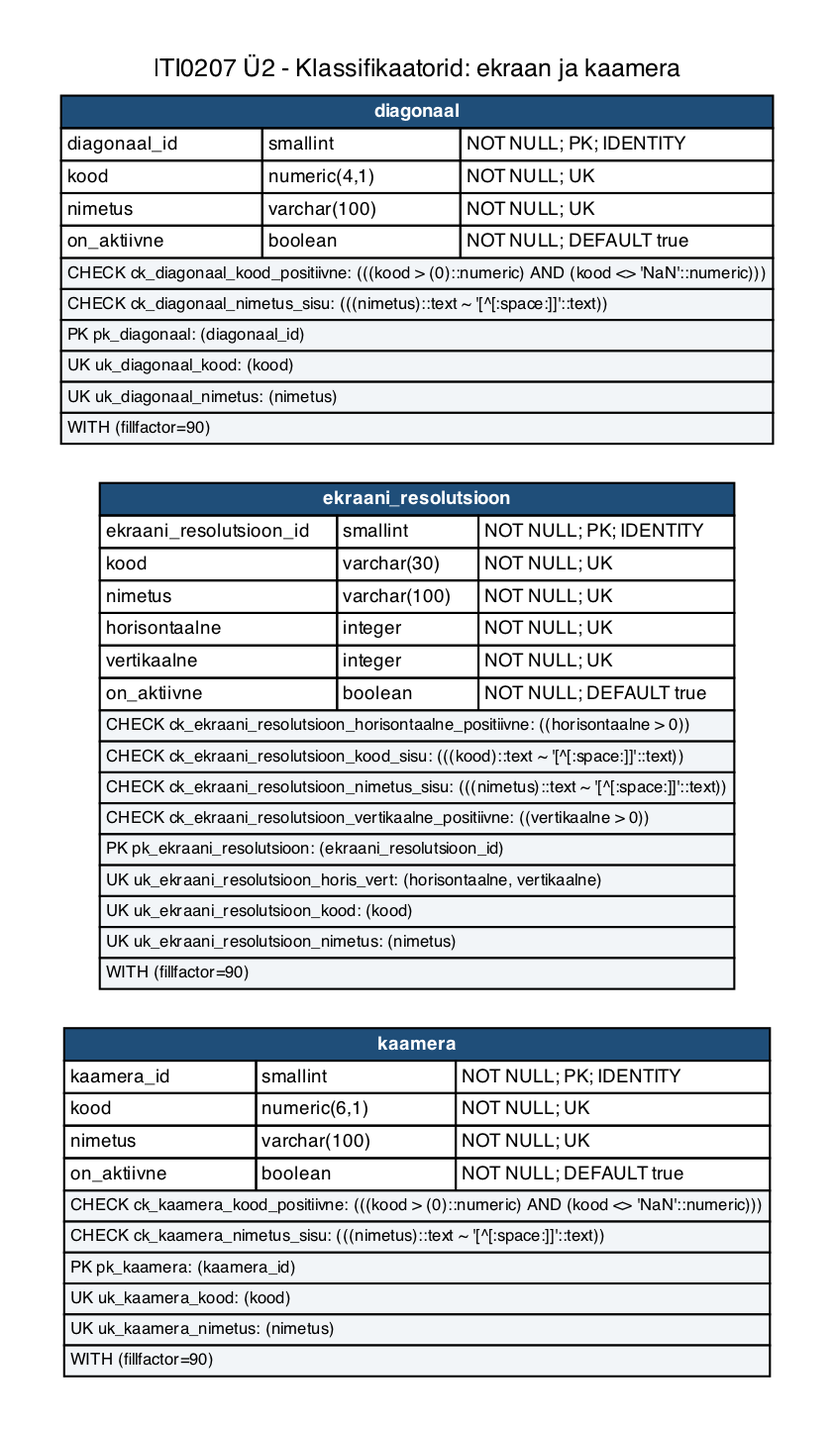
Before: iti0207-epood/docs/diagrams/u2-01c-klassifikaatorid-ekraan.png, a diagram exported from Graphviz (tamkivi/andmebaasid-projekt). Its source is kept beside it as iti0207-epood/docs/diagrams/u2-01c-klassifikaatorid-ekraan.dot.
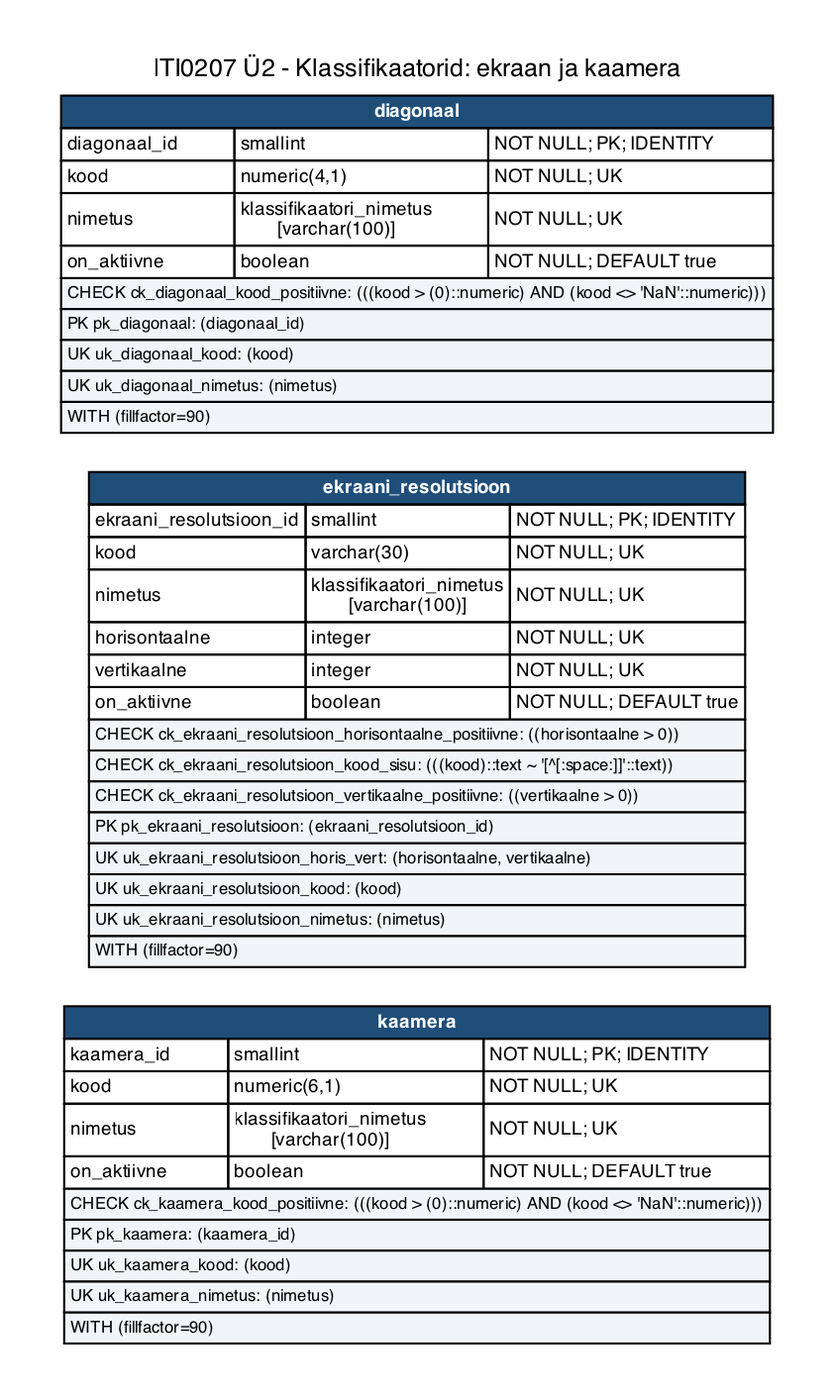
The same diagram one commit later.

The edit, as a diff of the source:
```diff
@@ -5,9 +5,9 @@
   edge [color="#667788", dir=none, fontsize=8, fontname=Helvetica];
   labelloc="t";
   label="ITI0207 Ü2 - Klassifikaatorid: ekraan ja kaamera";
-  "diagonaal" [label=<<TABLE BORDER="0" CELLBORDER="1" CELLSPACING="0" CELLPADDING="2"><TR><TD COLSPAN="3" BGCOLOR="#1f4e79"><FONT COLOR="white"><B>diagonaal</B></FONT></TD></TR><TR><TD ALIGN="LEFT">diagonaal_id</TD><TD ALIGN="LEFT">smallint</TD><TD ALIGN="LEFT">NOT NULL; PK; IDENTITY</TD></TR><TR><TD ALIGN="LEFT">kood</TD><TD ALIGN="LEFT">numeric(4,1)</TD><TD ALIGN="LEFT">NOT NULL; UK</TD></TR><TR><TD ALIGN="LEFT">nimetus</TD><TD ALIGN="LEFT">varchar(100)</TD><TD ALIGN="LEFT">NOT NULL; UK</TD></TR><TR><TD ALIGN="LEFT">on_aktiivne</TD><TD ALIGN="LEFT">boolean</TD><TD ALIGN="LEFT">NOT NULL; DEFAULT true</TD></TR><TR><TD COLSPAN="3" ALIGN="LEFT" BGCOLOR="#f2f5f8"><FONT POINT-SIZE="8">CHECK ck_diagonaal_kood_positiivne: (((kood &gt; (0)::numeric) AND (kood &lt;&gt; &#x27;NaN&#x27;::numeric)))</FONT></TD></TR><TR><TD COLSPAN="3" ALIGN="LEFT" BGCOLOR="#f2f5f8"><FONT POINT-SIZE="8">CHECK ck_diagonaal_nimetus_sisu: (((nimetus)::text ~ &#x27;[^[:space:]]&#x27;::text))</FONT></TD></TR><TR><TD COLSPAN="3" ALIGN="LEFT" BGCOLOR="#f2f5f8"><FONT POINT-SIZE="8">PK pk_diagonaal: (diagonaal_id)</FONT></TD></TR><TR><TD COLSPAN="3" ALIGN="LEFT" BGCOLOR="#f2f5f8"><FONT POINT-SIZE="8">UK uk_diagonaal_kood: (kood)</FONT></TD></TR><TR><TD COLSPAN="3" ALIGN="LEFT" BGCOLOR="#f2f5f8"><FONT POINT-SIZE="8">UK uk_diagonaal_nimetus: (nimetus)</FONT></TD></TR><TR><TD COLSPAN="3" ALIGN="LEFT" BGCOLOR="#f2f5f8"><FONT POINT-SIZE="8">WITH (fillfactor=90)</FONT></TD></TR></TABLE>>];
-  "ekraani_resolutsioon" [label=<<TABLE BORDER="0" CELLBORDER="1" CELLSPACING="0" CELLPADDING="2"><TR><TD COLSPAN="3" BGCOLOR="#1f4e79"><FONT COLOR="white"><B>ekraani_resolutsioon</B></FONT></TD></TR><TR><TD ALIGN="LEFT">ekraani_resolutsioon_id</TD><TD ALIGN="LEFT">smallint</TD><TD ALIGN="LEFT">NOT NULL; PK; IDENTITY</TD></TR><TR><TD ALIGN="LEFT">kood</TD><TD ALIGN="LEFT">varchar(30)</TD><TD ALIGN="LEFT">NOT NULL; UK</TD></TR><TR><TD ALIGN="LEFT">nimetus</TD><TD ALIGN="LEFT">varchar(100)</TD><TD ALIGN="LEFT">NOT NULL; UK</TD></TR><TR><TD ALIGN="LEFT">horisontaalne</TD><TD ALIGN="LEFT">integer</TD><TD ALIGN="LEFT">NOT NULL; UK</TD></TR><TR><TD ALIGN="LEFT">vertikaalne</TD><TD ALIGN="LEFT">integer</TD><TD ALIGN="LEFT">NOT NULL; UK</TD></TR><TR><TD ALIGN="LEFT">on_aktiivne</TD><TD ALIGN="LEFT">boolean</TD><TD ALIGN="LEFT">NOT NULL; DEFAULT true</TD></TR><TR><TD COLSPAN="3" ALIGN="LEFT" BGCOLOR="#f2f5f8"><FONT POINT-SIZE="8">CHECK ck_ekraani_resolutsioon_horisontaalne_positiivne: ((horisontaalne &gt; 0))</FONT></TD></TR><TR><TD COLSPAN="3" ALIGN="LEFT" BGCOLOR="#f2f5f8"><FONT POINT-SIZE="8">CHECK ck_ekraani_resolutsioon_kood_sisu: (((kood)::text ~ &#x27;[^[:space:]]&#x27;::text))</FONT></TD></TR><TR><TD COLSPAN="3" ALIGN="LEFT" BGCOLOR="#f2f5f8"><FONT POINT-SIZE="8">CHECK ck_ekraani_resolutsioon_nimetus_sisu: (((nimetus)::text ~ &#x27;[^[:space:]]&#x27;::text))</FONT></TD></TR><TR><TD COLSPAN="3" ALIGN="LEFT" BGCOLOR="#f2f5f8"><FONT POINT-SIZE="8">CHECK ck_ekraani_resolutsioon_vertikaalne_positiivne: ((vertikaalne &gt; 0))</FONT></TD></TR><TR><TD COLSPAN="3" ALIGN="LEFT" BGCOLOR="#f2f5f8"><FONT POINT-SIZE="8">PK pk_ekraani_resolutsioon: (ekraani_resolutsioon_id)</FONT></TD></TR><TR><TD COLSPAN="3" ALIGN="LEFT" BGCOLOR="#f2f5f8"><FONT POINT-SIZE="8">UK uk_ekraani_resolutsioon_horis_vert: (horisontaalne, vertikaalne)</FONT></TD></TR><TR><TD COLSPAN="3" ALIGN="LEFT" BGCOLOR="#f2f5f8"><FONT POINT-SIZE="8">UK uk_ekraani_resolutsioon_kood: (kood)</FONT></TD></TR><TR><TD COLSPAN="3" ALIGN="LEFT" BGCOLOR="#f2f5f8"><FONT POINT-SIZE="8">UK uk_ekraani_resolutsioon_nimetus: (nimetus)</FONT></TD></TR><TR><TD COLSPAN="3" ALIGN="LEFT" BGCOLOR="#f2f5f8"><FONT POINT-SIZE="8">WITH (fillfactor=90)</FONT></TD></TR></TABLE>>];
-  "kaamera" [label=<<TABLE BORDER="0" CELLBORDER="1" CELLSPACING="0" CELLPADDING="2"><TR><TD COLSPAN="3" BGCOLOR="#1f4e79"><FONT COLOR="white"><B>kaamera</B></FONT></TD></TR><TR><TD ALIGN="LEFT">kaamera_id</TD><TD ALIGN="LEFT">smallint</TD><TD ALIGN="LEFT">NOT NULL; PK; IDENTITY</TD></TR><TR><TD ALIGN="LEFT">kood</TD><TD ALIGN="LEFT">numeric(6,1)</TD><TD ALIGN="LEFT">NOT NULL; UK</TD></TR><TR><TD ALIGN="LEFT">nimetus</TD><TD ALIGN="LEFT">varchar(100)</TD><TD ALIGN="LEFT">NOT NULL; UK</TD></TR><TR><TD ALIGN="LEFT">on_aktiivne</TD><TD ALIGN="LEFT">boolean</TD><TD ALIGN="LEFT">NOT NULL; DEFAULT true</TD></TR><TR><TD COLSPAN="3" ALIGN="LEFT" BGCOLOR="#f2f5f8"><FONT POINT-SIZE="8">CHECK ck_kaamera_kood_positiivne: (((kood &gt; (0)::numeric) AND (kood &lt;&gt; &#x27;NaN&#x27;::numeric)))</FONT></TD></TR><TR><TD COLSPAN="3" ALIGN="LEFT" BGCOLOR="#f2f5f8"><FONT POINT-SIZE="8">CHECK ck_kaamera_nimetus_sisu: (((nimetus)::text ~ &#x27;[^[:space:]]&#x27;::text))</FONT></TD></TR><TR><TD COLSPAN="3" ALIGN="LEFT" BGCOLOR="#f2f5f8"><FONT POINT-SIZE="8">PK pk_kaamera: (kaamera_id)</FONT></TD></TR><TR><TD COLSPAN="3" ALIGN="LEFT" BGCOLOR="#f2f5f8"><FONT POINT-SIZE="8">UK uk_kaamera_kood: (kood)</FONT></TD></TR><TR><TD COLSPAN="3" ALIGN="LEFT" BGCOLOR="#f2f5f8"><FONT POINT-SIZE="8">UK uk_kaamera_nimetus: (nimetus)</FONT></TD></TR><TR><TD COLSPAN="3" ALIGN="LEFT" BGCOLOR="#f2f5f8"><FONT POINT-SIZE="8">WITH (fillfactor=90)</FONT></TD></TR></TABLE>>];
+  "diagonaal" [label=<<TABLE BORDER="0" CELLBORDER="1" CELLSPACING="0" CELLPADDING="2"><TR><TD COLSPAN="3" BGCOLOR="#1f4e79"><FONT COLOR="white"><B>diagonaal</B></FONT></TD></TR><TR><TD ALIGN="LEFT">diagonaal_id</TD><TD ALIGN="LEFT">smallint</TD><TD ALIGN="LEFT">NOT NULL; PK; IDENTITY</TD></TR><TR><TD ALIGN="LEFT">kood</TD><TD ALIGN="LEFT">numeric(4,1)</TD><TD ALIGN="LEFT">NOT NULL; UK</TD></TR><TR><TD ALIGN="LEFT">nimetus</TD><TD ALIGN="LEFT">klassifikaatori_nimetus<BR/>[varchar(100)]</TD><TD ALIGN="LEFT">NOT NULL; UK</TD></TR><TR><TD ALIGN="LEFT">on_aktiivne</TD><TD ALIGN="LEFT">boolean</TD><TD ALIGN="LEFT">NOT NULL; DEFAULT true</TD></TR><TR><TD COLSPAN="3" ALIGN="LEFT" BGCOLOR="#f2f5f8"><FONT POINT-SIZE="8">CHECK ck_diagonaal_kood_positiivne: (((kood &gt; (0)::numeric) AND (kood &lt;&gt; &#x27;NaN&#x27;::numeric)))</FONT></TD></TR><TR><TD COLSPAN="3" ALIGN="LEFT" BGCOLOR="#f2f5f8"><FONT POINT-SIZE="8">PK pk_diagonaal: (diagonaal_id)</FONT></TD></TR><TR><TD COLSPAN="3" ALIGN="LEFT" BGCOLOR="#f2f5f8"><FONT POINT-SIZE="8">UK uk_diagonaal_kood: (kood)</FONT></TD></TR><TR><TD COLSPAN="3" ALIGN="LEFT" BGCOLOR="#f2f5f8"><FONT POINT-SIZE="8">UK uk_diagonaal_nimetus: (nimetus)</FONT></TD></TR><TR><TD COLSPAN="3" ALIGN="LEFT" BGCOLOR="#f2f5f8"><FONT POINT-SIZE="8">WITH (fillfactor=90)</FONT></TD></TR></TABLE>>];
+  "ekraani_resolutsioon" [label=<<TABLE BORDER="0" CELLBORDER="1" CELLSPACING="0" CELLPADDING="2"><TR><TD COLSPAN="3" BGCOLOR="#1f4e79"><FONT COLOR="white"><B>ekraani_resolutsioon</B></FONT></TD></TR><TR><TD ALIGN="LEFT">ekraani_resolutsioon_id</TD><TD ALIGN="LEFT">smallint</TD><TD ALIGN="LEFT">NOT NULL; PK; IDENTITY</TD></TR><TR><TD ALIGN="LEFT">kood</TD><TD ALIGN="LEFT">varchar(30)</TD><TD ALIGN="LEFT">NOT NULL; UK</TD></TR><TR><TD ALIGN="LEFT">nimetus</TD><TD ALIGN="LEFT">klassifikaatori_nimetus<BR/>[varchar(100)]</TD><TD ALIGN="LEFT">NOT NULL; UK</TD></TR><TR><TD ALIGN="LEFT">horisontaalne</TD><TD ALIGN="LEFT">integer</TD><TD ALIGN="LEFT">NOT NULL; UK</TD></TR><TR><TD ALIGN="LEFT">vertikaalne</TD><TD ALIGN="LEFT">integer</TD><TD ALIGN="LEFT">NOT NULL; UK</TD></TR><TR><TD ALIGN="LEFT">on_aktiivne</TD><TD ALIGN="LEFT">boolean</TD><TD ALIGN="LEFT">NOT NULL; DEFAULT true</TD></TR><TR><TD COLSPAN="3" ALIGN="LEFT" BGCOLOR="#f2f5f8"><FONT POINT-SIZE="8">CHECK ck_ekraani_resolutsioon_horisontaalne_positiivne: ((horisontaalne &gt; 0))</FONT></TD></TR><TR><TD COLSPAN="3" ALIGN="LEFT" BGCOLOR="#f2f5f8"><FONT POINT-SIZE="8">CHECK ck_ekraani_resolutsioon_kood_sisu: (((kood)::text ~ &#x27;[^[:space:]]&#x27;::text))</FONT></TD></TR><TR><TD COLSPAN="3" ALIGN="LEFT" BGCOLOR="#f2f5f8"><FONT POINT-SIZE="8">CHECK ck_ekraani_resolutsioon_vertikaalne_positiivne: ((vertikaalne &gt; 0))</FONT></TD></TR><TR><TD COLSPAN="3" ALIGN="LEFT" BGCOLOR="#f2f5f8"><FONT POINT-SIZE="8">PK pk_ekraani_resolutsioon: (ekraani_resolutsioon_id)</FONT></TD></TR><TR><TD COLSPAN="3" ALIGN="LEFT" BGCOLOR="#f2f5f8"><FONT POINT-SIZE="8">UK uk_ekraani_resolutsioon_horis_vert: (horisontaalne, vertikaalne)</FONT></TD></TR><TR><TD COLSPAN="3" ALIGN="LEFT" BGCOLOR="#f2f5f8"><FONT POINT-SIZE="8">UK uk_ekraani_resolutsioon_kood: (kood)</FONT></TD></TR><TR><TD COLSPAN="3" ALIGN="LEFT" BGCOLOR="#f2f5f8"><FONT POINT-SIZE="8">UK uk_ekraani_resolutsioon_nimetus: (nimetus)</FONT></TD></TR><TR><TD COLSPAN="3" ALIGN="LEFT" BGCOLOR="#f2f5f8"><FONT POINT-SIZE="8">WITH (fillfactor=90)</FONT></TD></TR></TABLE>>];
+  "kaamera" [label=<<TABLE BORDER="0" CELLBORDER="1" CELLSPACING="0" CELLPADDING="2"><TR><TD COLSPAN="3" BGCOLOR="#1f4e79"><FONT COLOR="white"><B>kaamera</B></FONT></TD></TR><TR><TD ALIGN="LEFT">kaamera_id</TD><TD ALIGN="LEFT">smallint</TD><TD ALIGN="LEFT">NOT NULL; PK; IDENTITY</TD></TR><TR><TD ALIGN="LEFT">kood</TD><TD ALIGN="LEFT">numeric(6,1)</TD><TD ALIGN="LEFT">NOT NULL; UK</TD></TR><TR><TD ALIGN="LEFT">nimetus</TD><TD ALIGN="LEFT">klassifikaatori_nimetus<BR/>[varchar(100)]</TD><TD ALIGN="LEFT">NOT NULL; UK</TD></TR><TR><TD ALIGN="LEFT">on_aktiivne</TD><TD ALIGN="LEFT">boolean</TD><TD ALIGN="LEFT">NOT NULL; DEFAULT true</TD></TR><TR><TD COLSPAN="3" ALIGN="LEFT" BGCOLOR="#f2f5f8"><FONT POINT-SIZE="8">CHECK ck_kaamera_kood_positiivne: (((kood &gt; (0)::numeric) AND (kood &lt;&gt; &#x27;NaN&#x27;::numeric)))</FONT></TD></TR><TR><TD COLSPAN="3" ALIGN="LEFT" BGCOLOR="#f2f5f8"><FONT POINT-SIZE="8">PK pk_kaamera: (kaamera_id)</FONT></TD></TR><TR><TD COLSPAN="3" ALIGN="LEFT" BGCOLOR="#f2f5f8"><FONT POINT-SIZE="8">UK uk_kaamera_kood: (kood)</FONT></TD></TR><TR><TD COLSPAN="3" ALIGN="LEFT" BGCOLOR="#f2f5f8"><FONT POINT-SIZE="8">UK uk_kaamera_nimetus: (nimetus)</FONT></TD></TR><TR><TD COLSPAN="3" ALIGN="LEFT" BGCOLOR="#f2f5f8"><FONT POINT-SIZE="8">WITH (fillfactor=90)</FONT></TD></TR></TABLE>>];
   "diagonaal" -> "ekraani_resolutsioon" [style=invis, weight=100];
   "ekraani_resolutsioon" -> "kaamera" [style=invis, weight=100];
 }
```
